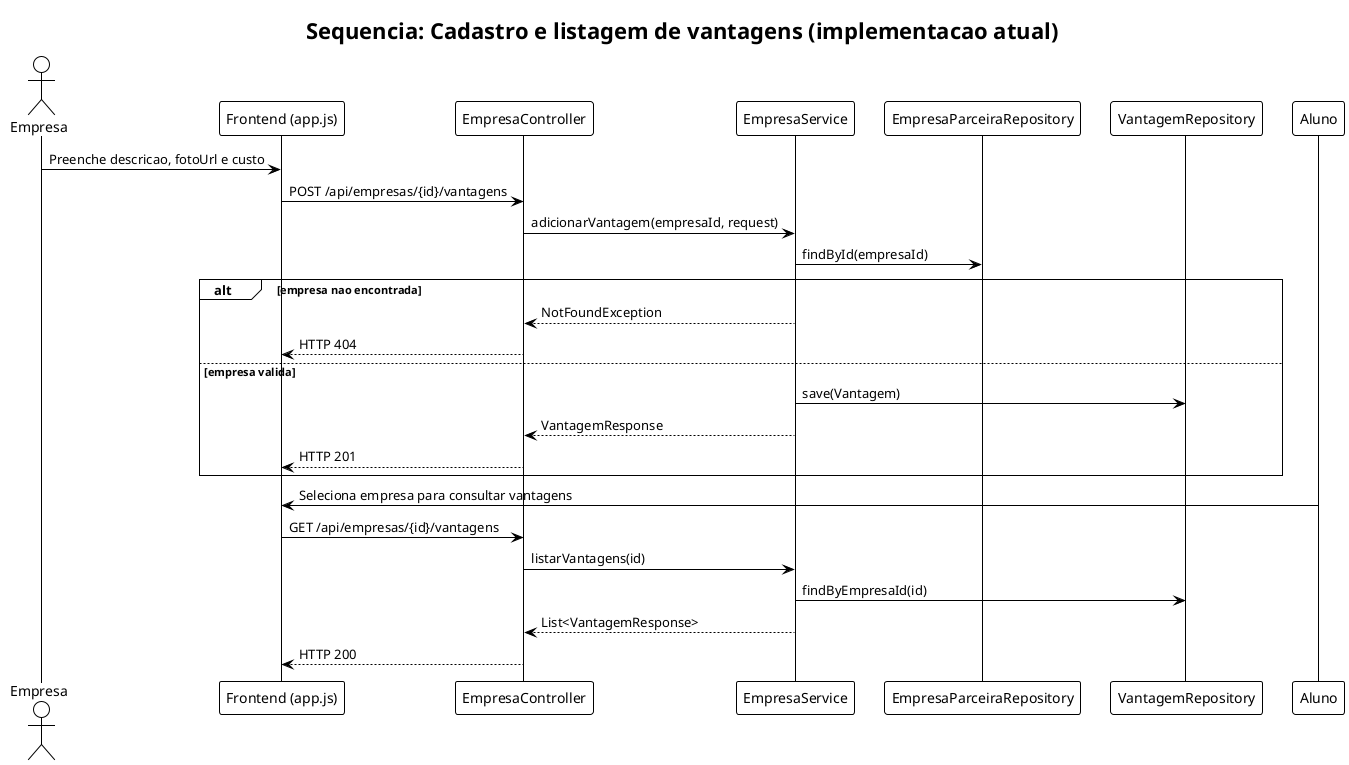
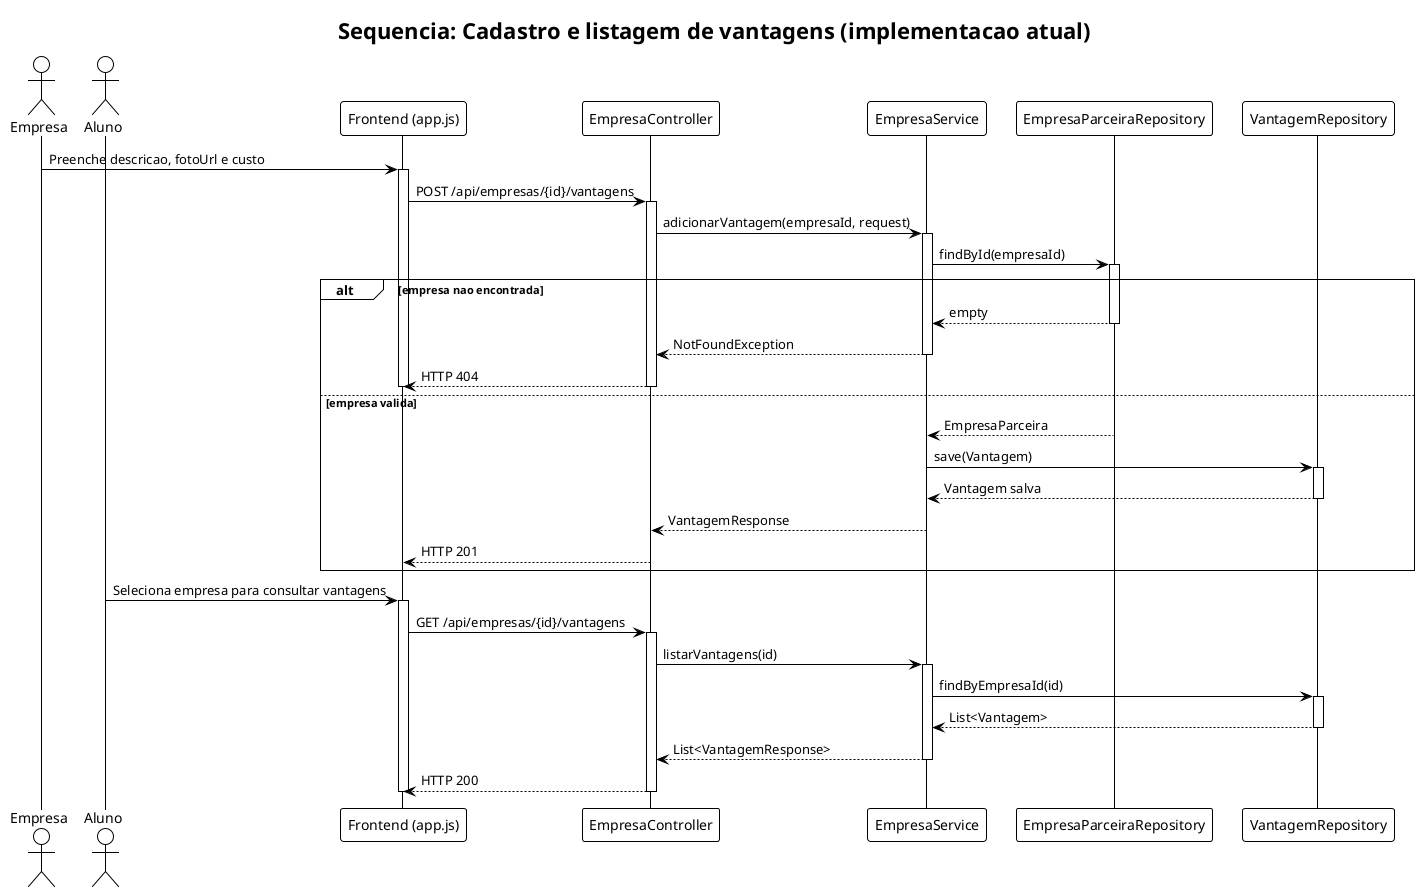
@startuml sequencia-cadastro-vantagens
!theme plain
title Sequencia: Cadastro e listagem de vantagens (implementacao atual)

actor Empresa
+ actor Aluno
participant "Frontend (app.js)" as UI
participant "EmpresaController" as EC
participant "EmpresaService" as ES
participant "EmpresaParceiraRepository" as ER
participant "VantagemRepository" as VR

Empresa -> UI: Preenche descricao, fotoUrl e custo
+ activate UI
+ 
UI -> EC: POST /api/empresas/{id}/vantagens
+ activate EC
+ 
EC -> ES: adicionarVantagem(empresaId, request)
+ activate ES
+ 
ES -> ER: findById(empresaId)
+ activate ER

alt empresa nao encontrada
+   ER --> ES: empty
+   deactivate ER
  ES --> EC: NotFoundException
+   deactivate ES
  EC --> UI: HTTP 404
+   deactivate EC
+   deactivate UI
else empresa valida
+   ER --> ES: EmpresaParceira
+   deactivate ER
  ES -> VR: save(Vantagem)
+   activate VR
+   VR --> ES: Vantagem salva
+   deactivate VR
  ES --> EC: VantagemResponse
+   deactivate ES
  EC --> UI: HTTP 201
+   deactivate EC
+   deactivate UI
end

Aluno -> UI: Seleciona empresa para consultar vantagens
+ activate UI
+ 
UI -> EC: GET /api/empresas/{id}/vantagens
+ activate EC
+ 
EC -> ES: listarVantagens(id)
+ activate ES
+ 
ES -> VR: findByEmpresaId(id)
+ activate VR
+ VR --> ES: List<Vantagem>
+ deactivate VR
+ 
ES --> EC: List<VantagemResponse>
+ deactivate ES
+ 
EC --> UI: HTTP 200
+ deactivate EC
+ deactivate UI

@enduml
